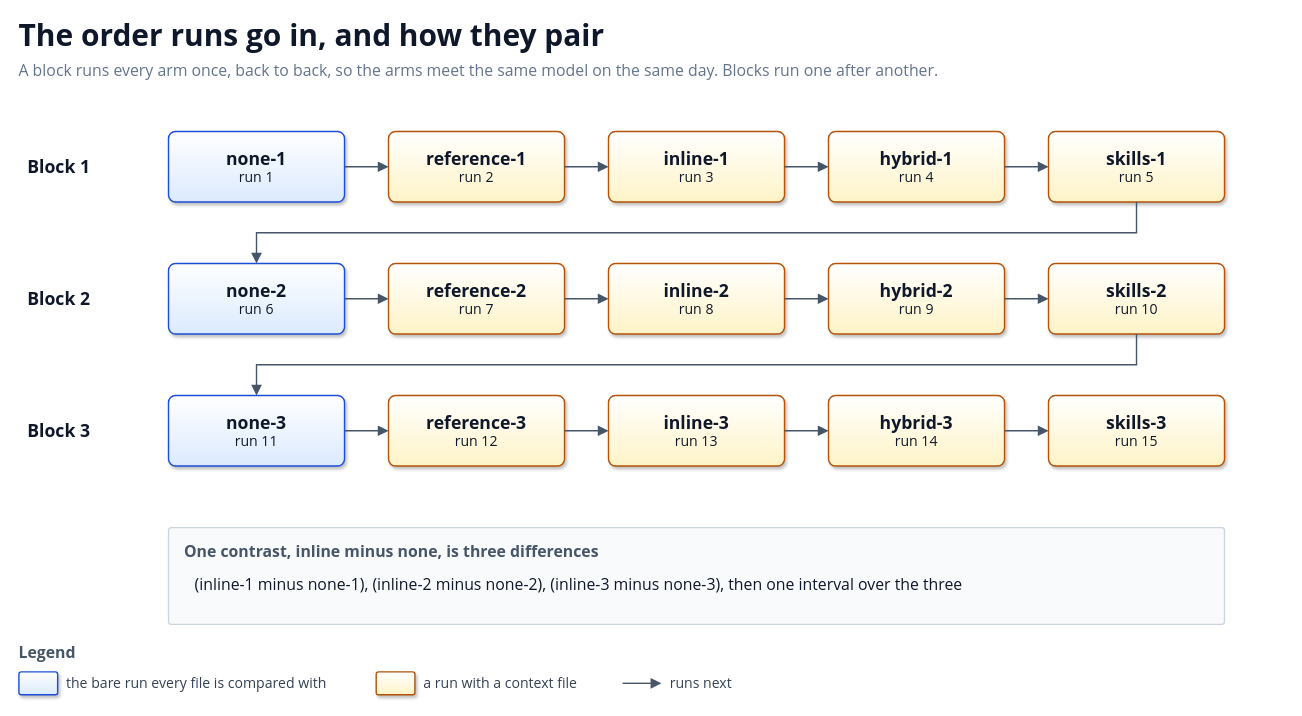
solid-ai-dev/solid-ai-benchmark keeps this draw.io diagram as docs/diagrams/run-order.drawio. Above is the earlier version. Source tidied: cells renumbered, new cells numbered last; positions are measured from the earlier drawing's top-left corner, leaving out a move shared by most shapes. Both pictures are drawn from the tidied source at 88%, with x=0, y=0 at pixel (18, 15).
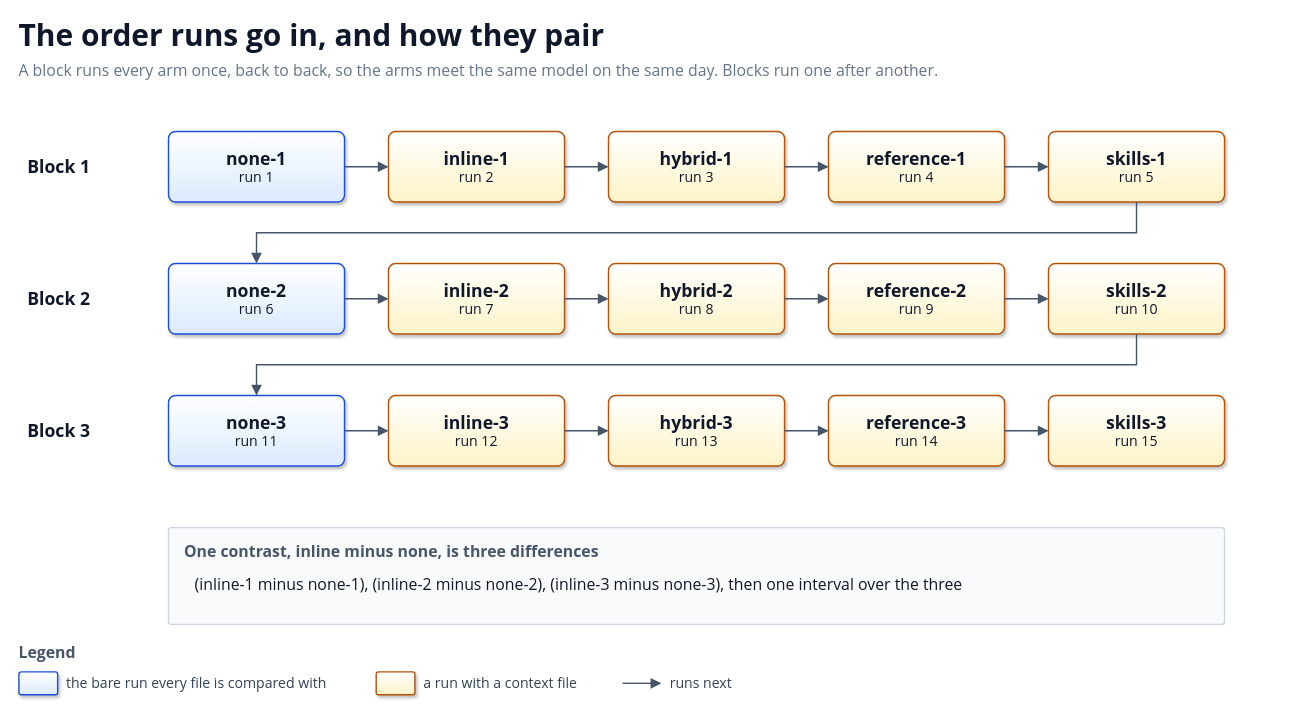
The same diagram, later.

Commit message (it also covers changes not shown here):
docs(primer): order the arms from all rules inline to rules on demand (#22)

Diff of the diagram source:
```diff
@@
-    <mxCell id="7" value="&lt;b style='font-size:20px'&gt;reference-1&lt;/b&gt;&lt;br&gt;&lt;span style='font-size:16px'&gt;run 2&lt;/span&gt;" style="rounded=1;arcSize=10;whiteSpace=wrap;html=1;fillColor=#FEF3C7;gradientColor=#FFFFFF;gradientDirection=north;strokeColor=#B45309;strokeWidth=1.6;shadow=1;align=center;verticalAlign=middle;fontFamily=Segoe UI;fontColor=#0F172A;spacing=8;" parent="1" vertex="1">
+    <mxCell id="7" value="&lt;b style='font-size:20px'&gt;inline-1&lt;/b&gt;&lt;br&gt;&lt;span style='font-size:16px'&gt;run 2&lt;/span&gt;" style="rounded=1;arcSize=10;whiteSpace=wrap;html=1;fillColor=#FEF3C7;gradientColor=#FFFFFF;gradientDirection=north;strokeColor=#B45309;strokeWidth=1.6;shadow=1;align=center;verticalAlign=middle;fontFamily=Segoe UI;fontColor=#0F172A;spacing=8;" parent="1" vertex="1">
       <mxGeometry x="420" y="132" width="200" height="80" as="geometry" />
     </mxCell>
@@
-    <mxCell id="9" value="&lt;b style='font-size:20px'&gt;inline-1&lt;/b&gt;&lt;br&gt;&lt;span style='font-size:16px'&gt;run 3&lt;/span&gt;" style="rounded=1;arcSize=10;whiteSpace=wrap;html=1;fillColor=#FEF3C7;gradientColor=#FFFFFF;gradientDirection=north;strokeColor=#B45309;strokeWidth=1.6;shadow=1;align=center;verticalAlign=middle;fontFamily=Segoe UI;fontColor=#0F172A;spacing=8;" parent="1" vertex="1">
+    <mxCell id="9" value="&lt;b style='font-size:20px'&gt;hybrid-1&lt;/b&gt;&lt;br&gt;&lt;span style='font-size:16px'&gt;run 3&lt;/span&gt;" style="rounded=1;arcSize=10;whiteSpace=wrap;html=1;fillColor=#FEF3C7;gradientColor=#FFFFFF;gradientDirection=north;strokeColor=#B45309;strokeWidth=1.6;shadow=1;align=center;verticalAlign=middle;fontFamily=Segoe UI;fontColor=#0F172A;spacing=8;" parent="1" vertex="1">
       <mxGeometry x="670" y="132" width="200" height="80" as="geometry" />
     </mxCell>
@@
-    <mxCell id="11" value="&lt;b style='font-size:20px'&gt;hybrid-1&lt;/b&gt;&lt;br&gt;&lt;span style='font-size:16px'&gt;run 4&lt;/span&gt;" style="rounded=1;arcSize=10;whiteSpace=wrap;html=1;fillColor=#FEF3C7;gradientColor=#FFFFFF;gradientDirection=north;strokeColor=#B45309;strokeWidth=1.6;shadow=1;align=center;verticalAlign=middle;fontFamily=Segoe UI;fontColor=#0F172A;spacing=8;" parent="1" vertex="1">
+    <mxCell id="11" value="&lt;b style='font-size:20px'&gt;reference-1&lt;/b&gt;&lt;br&gt;&lt;span style='font-size:16px'&gt;run 4&lt;/span&gt;" style="rounded=1;arcSize=10;whiteSpace=wrap;html=1;fillColor=#FEF3C7;gradientColor=#FFFFFF;gradientDirection=north;strokeColor=#B45309;strokeWidth=1.6;shadow=1;align=center;verticalAlign=middle;fontFamily=Segoe UI;fontColor=#0F172A;spacing=8;" parent="1" vertex="1">
       <mxGeometry x="920" y="132" width="200" height="80" as="geometry" />
     </mxCell>
@@
-    <mxCell id="18" value="&lt;b style='font-size:20px'&gt;reference-2&lt;/b&gt;&lt;br&gt;&lt;span style='font-size:16px'&gt;run 7&lt;/span&gt;" style="rounded=1;arcSize=10;whiteSpace=wrap;html=1;fillColor=#FEF3C7;gradientColor=#FFFFFF;gradientDirection=north;strokeColor=#B45309;strokeWidth=1.6;shadow=1;align=center;verticalAlign=middle;fontFamily=Segoe UI;fontColor=#0F172A;spacing=8;" parent="1" vertex="1">
+    <mxCell id="18" value="&lt;b style='font-size:20px'&gt;inline-2&lt;/b&gt;&lt;br&gt;&lt;span style='font-size:16px'&gt;run 7&lt;/span&gt;" style="rounded=1;arcSize=10;whiteSpace=wrap;html=1;fillColor=#FEF3C7;gradientColor=#FFFFFF;gradientDirection=north;strokeColor=#B45309;strokeWidth=1.6;shadow=1;align=center;verticalAlign=middle;fontFamily=Segoe UI;fontColor=#0F172A;spacing=8;" parent="1" vertex="1">
       <mxGeometry x="420" y="282" width="200" height="80" as="geometry" />
     </mxCell>
@@
-    <mxCell id="20" value="&lt;b style='font-size:20px'&gt;inline-2&lt;/b&gt;&lt;br&gt;&lt;span style='font-size:16px'&gt;run 8&lt;/span&gt;" style="rounded=1;arcSize=10;whiteSpace=wrap;html=1;fillColor=#FEF3C7;gradientColor=#FFFFFF;gradientDirection=north;strokeColor=#B45309;strokeWidth=1.6;shadow=1;align=center;verticalAlign=middle;fontFamily=Segoe UI;fontColor=#0F172A;spacing=8;" parent="1" vertex="1">
+    <mxCell id="20" value="&lt;b style='font-size:20px'&gt;hybrid-2&lt;/b&gt;&lt;br&gt;&lt;span style='font-size:16px'&gt;run 8&lt;/span&gt;" style="rounded=1;arcSize=10;whiteSpace=wrap;html=1;fillColor=#FEF3C7;gradientColor=#FFFFFF;gradientDirection=north;strokeColor=#B45309;strokeWidth=1.6;shadow=1;align=center;verticalAlign=middle;fontFamily=Segoe UI;fontColor=#0F172A;spacing=8;" parent="1" vertex="1">
       <mxGeometry x="670" y="282" width="200" height="80" as="geometry" />
     </mxCell>
@@
-    <mxCell id="22" value="&lt;b style='font-size:20px'&gt;hybrid-2&lt;/b&gt;&lt;br&gt;&lt;span style='font-size:16px'&gt;run 9&lt;/span&gt;" style="rounded=1;arcSize=10;whiteSpace=wrap;html=1;fillColor=#FEF3C7;gradientColor=#FFFFFF;gradientDirection=north;strokeColor=#B45309;strokeWidth=1.6;shadow=1;align=center;verticalAlign=middle;fontFamily=Segoe UI;fontColor=#0F172A;spacing=8;" parent="1" vertex="1">
+    <mxCell id="22" value="&lt;b style='font-size:20px'&gt;reference-2&lt;/b&gt;&lt;br&gt;&lt;span style='font-size:16px'&gt;run 9&lt;/span&gt;" style="rounded=1;arcSize=10;whiteSpace=wrap;html=1;fillColor=#FEF3C7;gradientColor=#FFFFFF;gradientDirection=north;strokeColor=#B45309;strokeWidth=1.6;shadow=1;align=center;verticalAlign=middle;fontFamily=Segoe UI;fontColor=#0F172A;spacing=8;" parent="1" vertex="1">
       <mxGeometry x="920" y="282" width="200" height="80" as="geometry" />
     </mxCell>
@@
-    <mxCell id="29" value="&lt;b style='font-size:20px'&gt;reference-3&lt;/b&gt;&lt;br&gt;&lt;span style='font-size:16px'&gt;run 12&lt;/span&gt;" style="rounded=1;arcSize=10;whiteSpace=wrap;html=1;fillColor=#FEF3C7;gradientColor=#FFFFFF;gradientDirection=north;strokeColor=#B45309;strokeWidth=1.6;shadow=1;align=center;verticalAlign=middle;fontFamily=Segoe UI;fontColor=#0F172A;spacing=8;" parent="1" vertex="1">
+    <mxCell id="29" value="&lt;b style='font-size:20px'&gt;inline-3&lt;/b&gt;&lt;br&gt;&lt;span style='font-size:16px'&gt;run 12&lt;/span&gt;" style="rounded=1;arcSize=10;whiteSpace=wrap;html=1;fillColor=#FEF3C7;gradientColor=#FFFFFF;gradientDirection=north;strokeColor=#B45309;strokeWidth=1.6;shadow=1;align=center;verticalAlign=middle;fontFamily=Segoe UI;fontColor=#0F172A;spacing=8;" parent="1" vertex="1">
       <mxGeometry x="420" y="432" width="200" height="80" as="geometry" />
     </mxCell>
@@
-    <mxCell id="31" value="&lt;b style='font-size:20px'&gt;inline-3&lt;/b&gt;&lt;br&gt;&lt;span style='font-size:16px'&gt;run 13&lt;/span&gt;" style="rounded=1;arcSize=10;whiteSpace=wrap;html=1;fillColor=#FEF3C7;gradientColor=#FFFFFF;gradientDirection=north;strokeColor=#B45309;strokeWidth=1.6;shadow=1;align=center;verticalAlign=middle;fontFamily=Segoe UI;fontColor=#0F172A;spacing=8;" parent="1" vertex="1">
+    <mxCell id="31" value="&lt;b style='font-size:20px'&gt;hybrid-3&lt;/b&gt;&lt;br&gt;&lt;span style='font-size:16px'&gt;run 13&lt;/span&gt;" style="rounded=1;arcSize=10;whiteSpace=wrap;html=1;fillColor=#FEF3C7;gradientColor=#FFFFFF;gradientDirection=north;strokeColor=#B45309;strokeWidth=1.6;shadow=1;align=center;verticalAlign=middle;fontFamily=Segoe UI;fontColor=#0F172A;spacing=8;" parent="1" vertex="1">
       <mxGeometry x="670" y="432" width="200" height="80" as="geometry" />
     </mxCell>
@@
-    <mxCell id="33" value="&lt;b style='font-size:20px'&gt;hybrid-3&lt;/b&gt;&lt;br&gt;&lt;span style='font-size:16px'&gt;run 14&lt;/span&gt;" style="rounded=1;arcSize=10;whiteSpace=wrap;html=1;fillColor=#FEF3C7;gradientColor=#FFFFFF;gradientDirection=north;strokeColor=#B45309;strokeWidth=1.6;shadow=1;align=center;verticalAlign=middle;fontFamily=Segoe UI;fontColor=#0F172A;spacing=8;" parent="1" vertex="1">
+    <mxCell id="33" value="&lt;b style='font-size:20px'&gt;reference-3&lt;/b&gt;&lt;br&gt;&lt;span style='font-size:16px'&gt;run 14&lt;/span&gt;" style="rounded=1;arcSize=10;whiteSpace=wrap;html=1;fillColor=#FEF3C7;gradientColor=#FFFFFF;gradientDirection=north;strokeColor=#B45309;strokeWidth=1.6;shadow=1;align=center;verticalAlign=middle;fontFamily=Segoe UI;fontColor=#0F172A;spacing=8;" parent="1" vertex="1">
       <mxGeometry x="920" y="432" width="200" height="80" as="geometry" />
     </mxCell>
```
